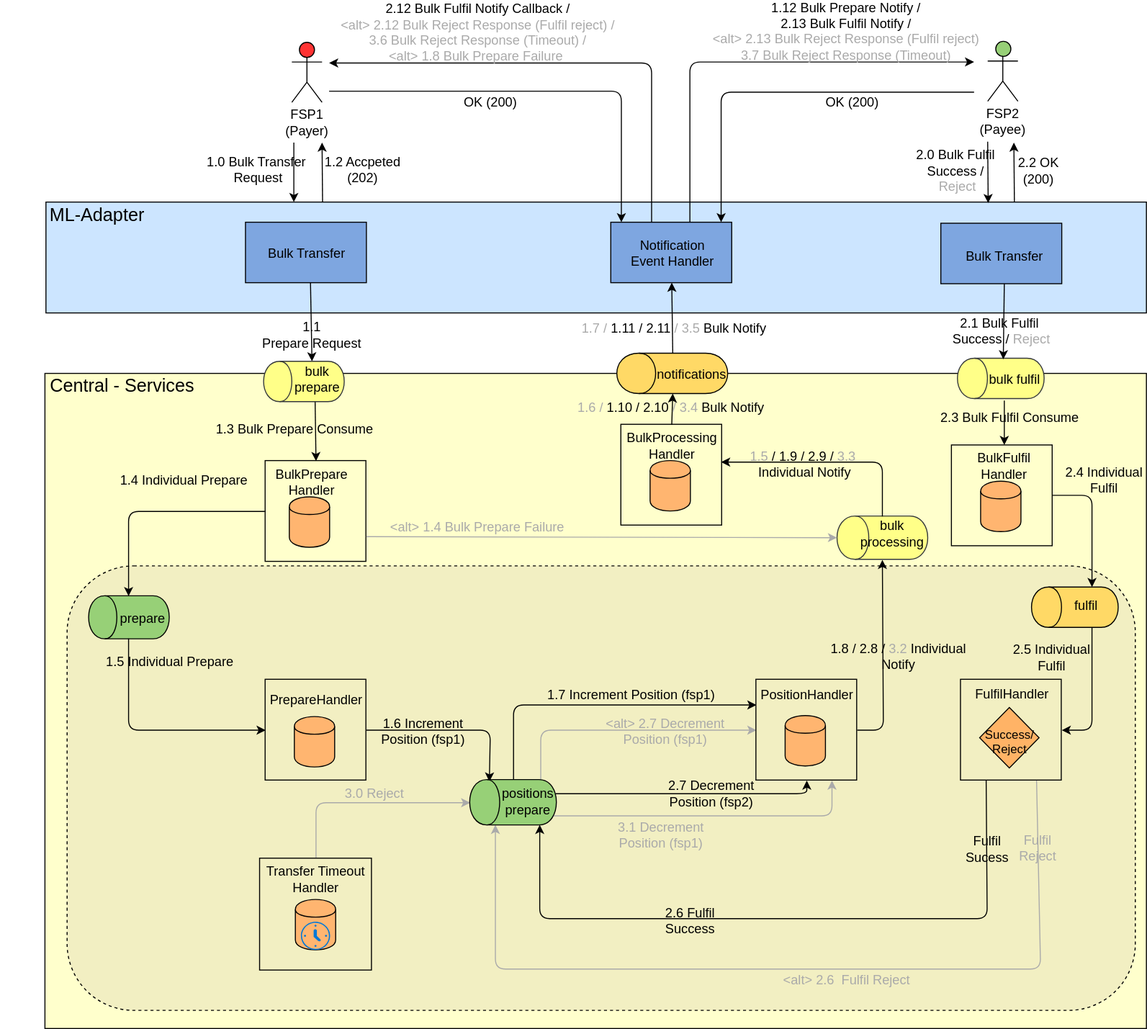
This is Diagrams/ArchitectureDiagrams/bulk-transfer-arch-flows.svg from ggrg/docs, a draw.io export, as it was before one commit. Source tidied: cells renumbered, new cells last; positions are measured from the earlier drawing's top-left corner, leaving out a move shared by most shapes.
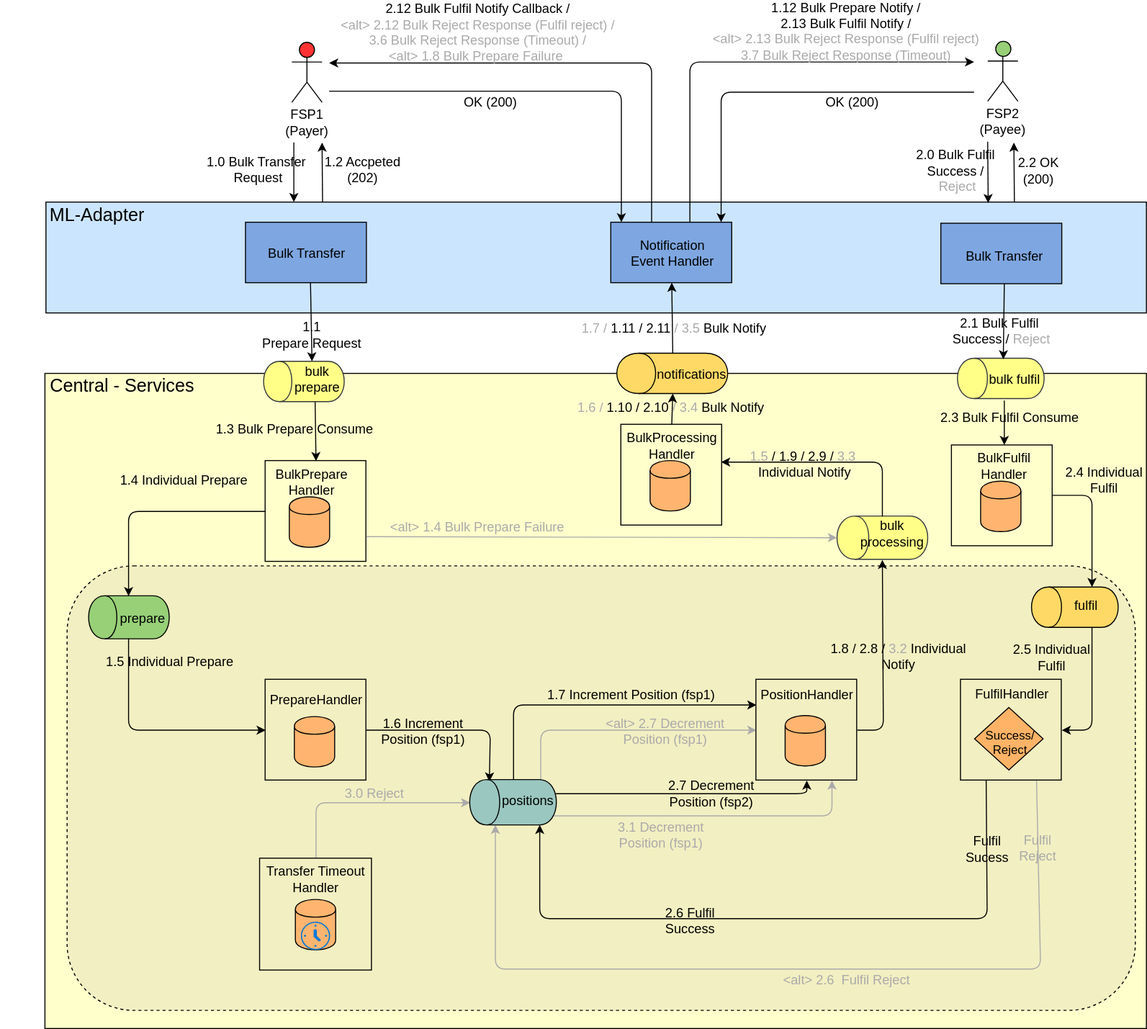
After the change.

Commit message:
1. Renamed bulk transfer Prepare overview sequence diagram. 2. Added initial draft of the bulk prepare handler SD. 3. Minor changes to the bulk arch diagram

Change to the diagram source:
```diff
@@ -302,10 +302,10 @@
     <mxCell id="63" style="group;" parent="62" vertex="1">
       <mxGeometry y="84" width="63.5" height="86" as="geometry" />
     </mxCell>
-    <mxCell id="64" style="shape=cylinder;whiteSpace=wrap;html=1;boundedLbl=1;rotation=-90;fillColor=#97D077;" parent="63" vertex="1">
+    <mxCell id="64" style="shape=cylinder;whiteSpace=wrap;html=1;boundedLbl=1;rotation=-90;fillColor=#9AC7BF;" parent="63" vertex="1">
       <mxGeometry width="45" height="86" as="geometry" />
     </mxCell>
-    <mxCell id="65" value="positions&lt;br&gt;prepare" style="text;html=1;strokeColor=none;fillColor=none;align=center;verticalAlign=middle;whiteSpace=wrap;rounded=0;fontSize=13;" parent="63" vertex="1">
+    <mxCell id="65" value="positions&lt;br&gt;" style="text;html=1;strokeColor=none;fillColor=none;align=center;verticalAlign=middle;whiteSpace=wrap;rounded=0;fontSize=13;" parent="63" vertex="1">
       <mxGeometry x="8.5" y="31" width="55" height="20" as="geometry" />
     </mxCell>
     <mxCell id="66" style="endArrow=classic;html=1;fontSize=12;exitX=1;exitY=0.5;exitDx=0;exitDy=0;entryX=0;entryY=0.5;entryDx=0;entryDy=0;" parent="1" edge="1" source="118" target="72">
@@ -505,7 +505,7 @@
       <mxGeometry x="5" y="4" width="90" height="20" as="geometry" />
     </mxCell>
     <mxCell id="116" value="&lt;font style=&quot;font-size: 12px&quot;&gt;Success/&lt;br style=&quot;font-size: 12px&quot;&gt;Reject&lt;/font&gt;" style="rhombus;whiteSpace=wrap;html=1;fillColor=#FFB366;fontSize=12;spacingTop=6;" parent="113" vertex="1">
-      <mxGeometry x="19" y="28" width="59" height="60" as="geometry" />
+      <mxGeometry x="14" y="28" width="68" height="62" as="geometry" />
     </mxCell>
     <mxCell id="117" style="group;" parent="1" vertex="1">
       <mxGeometry x="749.5" y="633.5" width="100" height="100" as="geometry" />
```
